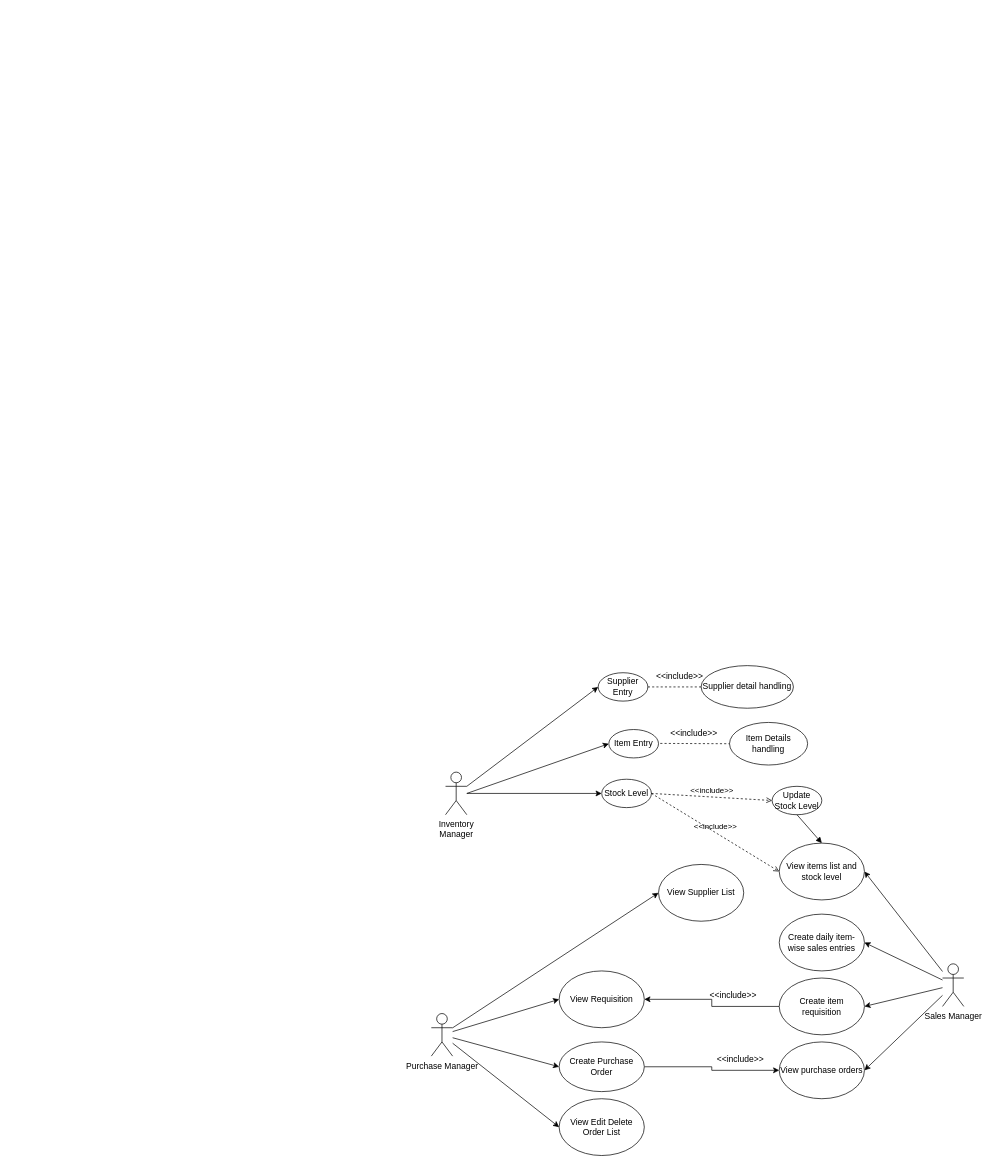
The draw.io diagram UseCase.drawio in WWeWenBininn/WWeWenBininn, before the edit. Source tidied: cells renumbered, new cells numbered last; positions are measured from the earlier drawing's top-left corner, leaving out a move shared by most shapes. Both pictures are drawn from the tidied source at 71%, with x=0, y=0 at pixel (431, 665).
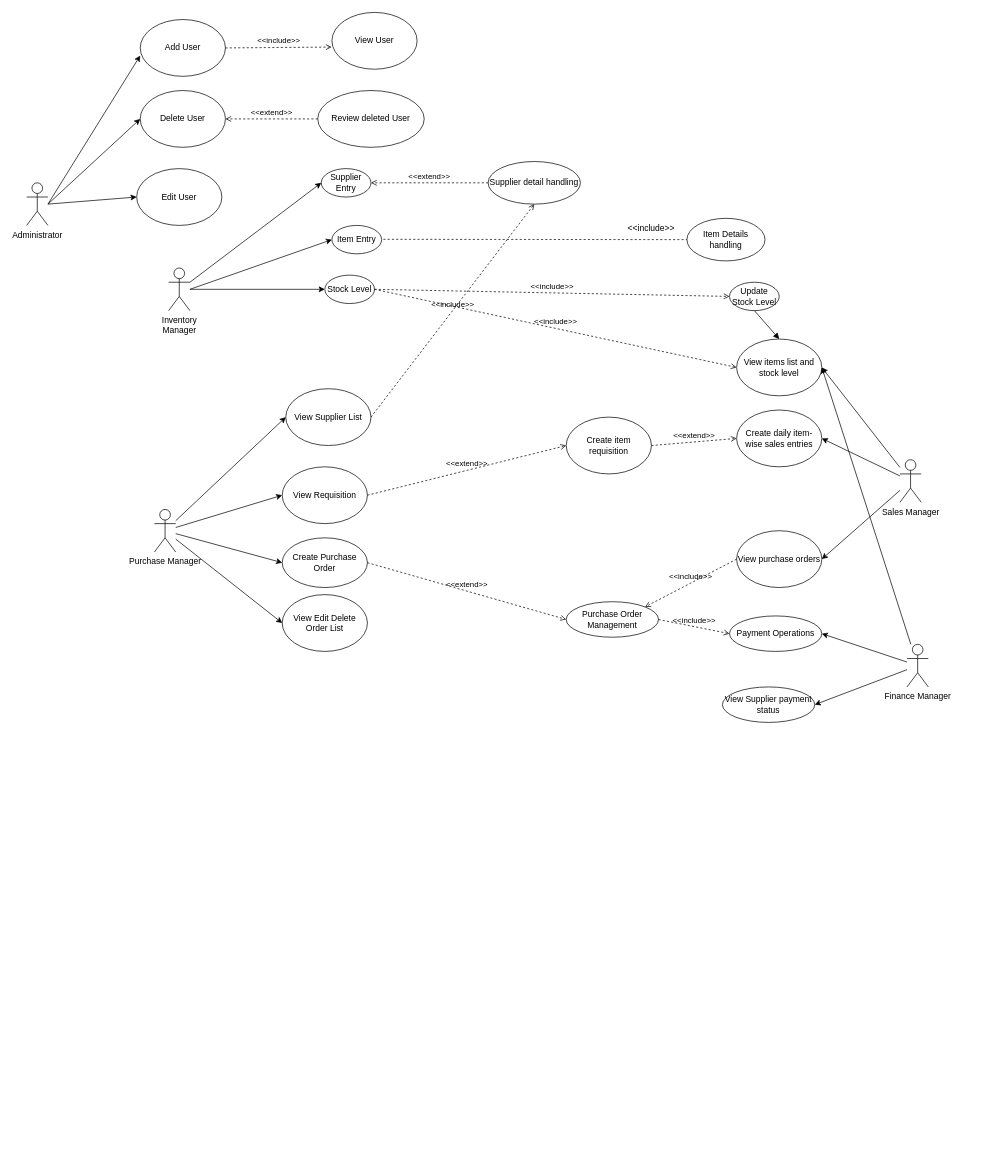
After the change.

What changed in the source:
```diff
@@
     <mxCell id="6" value="Purchase Manager" style="shape=umlActor;verticalLabelPosition=bottom;verticalAlign=top;html=1;outlineConnect=0;" parent="1" vertex="1">
-      <mxGeometry y="490" width="30" height="60" as="geometry" />
+      <mxGeometry x="-390" y="-220" width="30" height="60" as="geometry" />
     </mxCell>
     <mxCell id="7" value="View Supplier List" style="ellipse;whiteSpace=wrap;html=1;" parent="1" vertex="1">
-      <mxGeometry x="320" y="280" width="120" height="80" as="geometry" />
+      <mxGeometry x="-205" y="-390" width="120" height="80" as="geometry" />
     </mxCell>
     <mxCell id="8" value="View Requisition" style="ellipse;whiteSpace=wrap;html=1;" parent="1" vertex="1">
-      <mxGeometry x="180" y="430" width="120" height="80" as="geometry" />
+      <mxGeometry x="-210" y="-280" width="120" height="80" as="geometry" />
     </mxCell>
-    <mxCell id="9" style="edgeStyle=orthogonalEdgeStyle;rounded=0;jettySize=auto;html=1;entryX=0;entryY=0.5;entryDx=0;entryDy=0;" parent="1" edge="1" source="10" target="21">
-      <mxGeometry relative="1" as="geometry" />
-    </mxCell>
     <mxCell id="10" value="Create Purchase Order" style="ellipse;whiteSpace=wrap;html=1;" parent="1" vertex="1">
-      <mxGeometry x="180" y="530" width="120" height="70" as="geometry" />
+      <mxGeometry x="-210" y="-180" width="120" height="70" as="geometry" />
     </mxCell>
     <mxCell id="11" value="View Edit Delete Order List" style="ellipse;whiteSpace=wrap;html=1;" parent="1" vertex="1">
-      <mxGeometry x="180" y="610" width="120" height="80" as="geometry" />
+      <mxGeometry x="-210" y="-100" width="120" height="80" as="geometry" />
     </mxCell>
@@
-    <mxCell id="14" style="rounded=0;jettySize=auto;html=1;entryX=1;entryY=0.5;entryDx=0;entryDy=0;" parent="1" edge="1" source="16" target="20">
-      <mxGeometry relative="1" as="geometry" />
-    </mxCell>
@@
     <mxCell id="16" value="Sales Manager" style="shape=umlActor;verticalLabelPosition=bottom;verticalAlign=top;html=1;outlineConnect=0;" parent="1" vertex="1">
-      <mxGeometry x="720" y="420" width="30" height="60" as="geometry" />
+      <mxGeometry x="660" y="-290" width="30" height="60" as="geometry" />
     </mxCell>
     <mxCell id="17" value="View items list and stock level" style="ellipse;whiteSpace=wrap;html=1;" parent="1" vertex="1">
-      <mxGeometry x="490" y="250" width="120" height="80" as="geometry" />
+      <mxGeometry x="430" y="-460" width="120" height="80" as="geometry" />
     </mxCell>
     <mxCell id="18" value="Create daily item-wise sales entries" style="ellipse;whiteSpace=wrap;html=1;" parent="1" vertex="1">
-      <mxGeometry x="490" y="350" width="120" height="80" as="geometry" />
+      <mxGeometry x="430" y="-360" width="120" height="80" as="geometry" />
     </mxCell>
-    <mxCell id="19" style="edgeStyle=orthogonalEdgeStyle;rounded=0;jettySize=auto;html=1;entryX=1;entryY=0.5;entryDx=0;entryDy=0;" parent="1" edge="1" source="20" target="8">
-      <mxGeometry relative="1" as="geometry" />
-    </mxCell>
     <mxCell id="20" value="Create item requisition" style="ellipse;whiteSpace=wrap;html=1;" parent="1" vertex="1">
-      <mxGeometry x="490" y="440" width="120" height="80" as="geometry" />
+      <mxGeometry x="190" y="-350" width="120" height="80" as="geometry" />
     </mxCell>
     <mxCell id="21" value="View purchase orders" style="ellipse;whiteSpace=wrap;html=1;" parent="1" vertex="1">
-      <mxGeometry x="490" y="530" width="120" height="80" as="geometry" />
+      <mxGeometry x="430" y="-190" width="120" height="80" as="geometry" />
     </mxCell>
-    <mxCell id="22" value="&amp;lt;&amp;lt;include&amp;gt;&amp;gt;" style="text;html=1;align=center;verticalAlign=middle;strokeColor=none;fillColor=none;" parent="1" vertex="1">
-      <mxGeometry x="380" y="450" width="90" height="30" as="geometry" />
-    </mxCell>
-    <mxCell id="23" value="&amp;lt;&amp;lt;include&amp;gt;&amp;gt;" style="text;html=1;align=center;verticalAlign=middle;strokeColor=none;fillColor=none;" parent="1" vertex="1">
-      <mxGeometry x="390" y="540" width="90" height="30" as="geometry" />
-    </mxCell>
     <mxCell id="24" value="Inventory&lt;div&gt;Manager&lt;/div&gt;" style="shape=umlActor;verticalLabelPosition=bottom;verticalAlign=top;html=1;outlineConnect=0;" parent="1" vertex="1">
-      <mxGeometry x="20" y="150" width="30" height="60" as="geometry" />
+      <mxGeometry x="-370" y="-560" width="30" height="60" as="geometry" />
     </mxCell>
     <mxCell id="25" value="Item Entry" style="ellipse;whiteSpace=wrap;html=1;" parent="1" vertex="1">
-      <mxGeometry x="250" y="90" width="70" height="40" as="geometry" />
+      <mxGeometry x="-140" y="-620" width="70" height="40" as="geometry" />
     </mxCell>
     <mxCell id="26" value="Supplier Entry" style="ellipse;whiteSpace=wrap;html=1;" parent="1" vertex="1">
-      <mxGeometry x="235" y="10" width="70" height="40" as="geometry" />
+      <mxGeometry x="-155" y="-700" width="70" height="40" as="geometry" />
     </mxCell>
     <mxCell id="27" value="Stock Level" style="ellipse;whiteSpace=wrap;html=1;" parent="1" vertex="1">
-      <mxGeometry x="240" y="160" width="70" height="40" as="geometry" />
+      <mxGeometry x="-150" y="-550" width="70" height="40" as="geometry" />
     </mxCell>
     <mxCell id="28" value="Item Details handling" style="ellipse;whiteSpace=wrap;html=1;" parent="1" vertex="1">
-      <mxGeometry x="420" y="80" width="110" height="60" as="geometry" />
+      <mxGeometry x="360" y="-630" width="110" height="60" as="geometry" />
     </mxCell>
     <mxCell id="29" value="Supplier detail handling" style="ellipse;whiteSpace=wrap;html=1;" parent="1" vertex="1">
-      <mxGeometry x="380" width="130" height="60" as="geometry" />
+      <mxGeometry x="80" y="-710" width="130" height="60" as="geometry" />
     </mxCell>
     <mxCell id="30" value="Update Stock Level" style="ellipse;whiteSpace=wrap;html=1;" parent="1" vertex="1">
-      <mxGeometry x="480" y="170" width="70" height="40" as="geometry" />
+      <mxGeometry x="420" y="-540" width="70" height="40" as="geometry" />
     </mxCell>
     <mxCell id="31" style="endArrow=classic;html=1;rounded=0;entryX=0;entryY=0.5;entryDx=0;entryDy=0;" parent="1" edge="1" target="25">
       <mxGeometry relative="1" as="geometry">
-        <mxPoint x="50" y="180" as="sourcePoint" />
+        <mxPoint x="-340" y="-530" as="sourcePoint" />
       </mxGeometry>
     </mxCell>
@@
     <mxCell id="35" value="&amp;lt;&amp;lt;include&amp;gt;&amp;gt;" style="text;html=1;align=center;verticalAlign=middle;whiteSpace=wrap;rounded=0;" parent="1" vertex="1">
-      <mxGeometry x="340" y="80" width="60" height="30" as="geometry" />
+      <mxGeometry x="280" y="-630" width="60" height="30" as="geometry" />
     </mxCell>
-    <mxCell id="36" style="endArrow=none;dashed=1;html=1;rounded=0;exitX=1;exitY=0.5;exitDx=0;exitDy=0;entryX=0;entryY=0.5;entryDx=0;entryDy=0;" parent="1" edge="1" source="26" target="29">
-      <mxGeometry relative="1" as="geometry" />
-    </mxCell>
-    <mxCell id="37" value="&amp;lt;&amp;lt;include&amp;gt;&amp;gt;" style="text;html=1;align=center;verticalAlign=middle;whiteSpace=wrap;rounded=0;" parent="1" vertex="1">
-      <mxGeometry x="320" width="60" height="30" as="geometry" />
-    </mxCell>
@@
-    <mxCell id="39" value="&amp;lt;&amp;lt;include&amp;gt;&amp;gt;" style="html=1;verticalAlign=bottom;labelBackgroundColor=none;endArrow=open;endFill=0;dashed=1;rounded=0;entryX=0;entryY=0.5;entryDx=0;entryDy=0;" parent="1" edge="1" target="17">
-      <mxGeometry relative="1" as="geometry">
-        <mxPoint x="310" y="180" as="sourcePoint" />
-      </mxGeometry>
+    <mxCell id="39" value="&amp;lt;&amp;lt;include&amp;gt;&amp;gt;" style="html=1;verticalAlign=bottom;labelBackgroundColor=none;endArrow=open;endFill=0;dashed=1;rounded=0;entryX=0;entryY=0.5;entryDx=0;entryDy=0;exitX=1;exitY=0.5;exitDx=0;exitDy=0;" parent="1" edge="1" source="27" target="17">
+      <mxGeometry relative="1" as="geometry" />
     </mxCell>
     <mxCell id="40" style="html=1;verticalAlign=bottom;labelBackgroundColor=none;endArrow=block;endFill=1;rounded=0;exitX=0.5;exitY=1;exitDx=0;exitDy=0;" parent="1" edge="1" source="30">
       <mxGeometry relative="1" as="geometry">
-        <mxPoint x="550" y="250" as="targetPoint" />
+        <mxPoint x="490" y="-460" as="targetPoint" />
       </mxGeometry>
     </mxCell>
+    <mxCell id="41" value="Payment Operations" style="ellipse;whiteSpace=wrap;html=1;" parent="1" vertex="1">
+      <mxGeometry x="420" y="-70" width="130" height="50" as="geometry" />
+    </mxCell>
+    <mxCell id="42" style="rounded=0;jettySize=auto;html=1;entryX=1;entryY=0.5;entryDx=0;entryDy=0;" parent="1" edge="1" source="45" target="41">
+      <mxGeometry relative="1" as="geometry" />
+    </mxCell>
+    <mxCell id="43" style="rounded=0;jettySize=auto;html=1;entryX=1;entryY=0.5;entryDx=0;entryDy=0;" parent="1" edge="1" source="45" target="17">
+      <mxGeometry relative="1" as="geometry" />
+    </mxCell>
+    <mxCell id="44" style="rounded=0;jettySize=auto;html=1;entryX=1;entryY=0.5;entryDx=0;entryDy=0;" parent="1" edge="1" source="45" target="47">
+      <mxGeometry relative="1" as="geometry" />
+    </mxCell>
+    <mxCell id="45" value="Finance Manager" style="shape=umlActor;verticalLabelPosition=bottom;verticalAlign=top;html=1;outlineConnect=0;" parent="1" vertex="1">
+      <mxGeometry x="670" y="-30" width="30" height="60" as="geometry" />
+    </mxCell>
+    <mxCell id="46" value="Purchase Order Management" style="ellipse;whiteSpace=wrap;html=1;" parent="1" vertex="1">
+      <mxGeometry x="190" y="-90" width="130" height="50" as="geometry" />
+    </mxCell>
+    <mxCell id="47" value="View Supplier payment status" style="ellipse;whiteSpace=wrap;html=1;" parent="1" vertex="1">
+      <mxGeometry x="410" y="30" width="130" height="50" as="geometry" />
+    </mxCell>
+    <mxCell id="48" value="&amp;lt;&amp;lt;extend&amp;gt;&amp;gt;" style="html=1;verticalAlign=bottom;labelBackgroundColor=none;endArrow=open;endFill=0;dashed=1;rounded=0;exitX=1;exitY=0.5;exitDx=0;exitDy=0;entryX=0;entryY=0.5;entryDx=0;entryDy=0;" parent="1" edge="1" source="8" target="20">
+      <mxGeometry relative="1" as="geometry" />
+    </mxCell>
+    <mxCell id="49" value="&amp;lt;&amp;lt;include&amp;gt;&amp;gt;" style="html=1;verticalAlign=bottom;labelBackgroundColor=none;endArrow=open;endFill=0;dashed=1;rounded=0;entryX=0;entryY=0.5;entryDx=0;entryDy=0;exitX=1;exitY=0.5;exitDx=0;exitDy=0;" parent="1" edge="1" source="46" target="41">
+      <mxGeometry relative="1" as="geometry" />
+    </mxCell>
+    <mxCell id="50" value="&amp;lt;&amp;lt;extend&amp;gt;&amp;gt;" style="html=1;verticalAlign=bottom;labelBackgroundColor=none;endArrow=open;endFill=0;dashed=1;rounded=0;exitX=1;exitY=0.5;exitDx=0;exitDy=0;entryX=0;entryY=0.5;entryDx=0;entryDy=0;" parent="1" edge="1" source="10" target="46">
+      <mxGeometry relative="1" as="geometry" />
+    </mxCell>
+    <mxCell id="51" value="&amp;lt;&amp;lt;extend&amp;gt;&amp;gt;" style="html=1;verticalAlign=bottom;labelBackgroundColor=none;endArrow=open;endFill=0;dashed=1;rounded=0;entryX=0;entryY=0.5;entryDx=0;entryDy=0;exitX=1;exitY=0.5;exitDx=0;exitDy=0;" parent="1" edge="1" source="20" target="18">
+      <mxGeometry relative="1" as="geometry" />
+    </mxCell>
+    <mxCell id="52" value="&amp;lt;&amp;lt;include&amp;gt;&amp;gt;" style="html=1;verticalAlign=bottom;labelBackgroundColor=none;endArrow=open;endFill=0;dashed=1;rounded=0;entryX=1;entryY=0;entryDx=0;entryDy=0;exitX=0;exitY=0.5;exitDx=0;exitDy=0;" parent="1" edge="1" source="21" target="46">
+      <mxGeometry relative="1" as="geometry" />
+    </mxCell>
+    <mxCell id="53" value="&amp;lt;&amp;lt;extend&amp;gt;&amp;gt;" style="html=1;verticalAlign=bottom;labelBackgroundColor=none;endArrow=open;endFill=0;dashed=1;rounded=0;exitX=0;exitY=0.5;exitDx=0;exitDy=0;entryX=1;entryY=0.5;entryDx=0;entryDy=0;" parent="1" edge="1" source="29" target="26">
+      <mxGeometry relative="1" as="geometry" />
+    </mxCell>
+    <mxCell id="54" value="&amp;lt;&amp;lt;include&amp;gt;&amp;gt;" style="html=1;verticalAlign=bottom;labelBackgroundColor=none;endArrow=open;endFill=0;dashed=1;rounded=0;exitX=1;exitY=0.5;exitDx=0;exitDy=0;entryX=0.5;entryY=1;entryDx=0;entryDy=0;" parent="1" edge="1" source="7" target="29">
+      <mxGeometry relative="1" as="geometry" />
+    </mxCell>
+    <mxCell id="55" value="Delete User" style="ellipse;whiteSpace=wrap;html=1;" parent="1" vertex="1">
+      <mxGeometry x="-410" y="-810" width="120" height="80" as="geometry" />
+    </mxCell>
+    <mxCell id="56" value="Add User" style="ellipse;whiteSpace=wrap;html=1;" parent="1" vertex="1">
+      <mxGeometry x="-410" y="-910" width="120" height="80" as="geometry" />
+    </mxCell>
+    <mxCell id="57" value="Edit User" style="ellipse;whiteSpace=wrap;html=1;" parent="1" vertex="1">
+      <mxGeometry x="-415" y="-700" width="120" height="80" as="geometry" />
+    </mxCell>
+    <mxCell id="58" value="View User" style="ellipse;whiteSpace=wrap;html=1;" parent="1" vertex="1">
+      <mxGeometry x="-140" y="-920" width="120" height="80" as="geometry" />
+    </mxCell>
+    <mxCell id="59" value="Review deleted User" style="ellipse;whiteSpace=wrap;html=1;" parent="1" vertex="1">
+      <mxGeometry x="-160" y="-810" width="150" height="80" as="geometry" />
+    </mxCell>
+    <mxCell id="60" style="endArrow=classic;html=1;rounded=0;entryX=0;entryY=0.635;entryDx=0;entryDy=0;entryPerimeter=0;" parent="1" edge="1" target="56">
+      <mxGeometry relative="1" as="geometry">
+        <mxPoint x="-540" y="-650" as="sourcePoint" />
+      </mxGeometry>
+    </mxCell>
+    <mxCell id="61" style="endArrow=classic;html=1;rounded=0;entryX=0;entryY=0.5;entryDx=0;entryDy=0;" parent="1" edge="1" target="55">
+      <mxGeometry relative="1" as="geometry">
+        <mxPoint x="-540" y="-650" as="sourcePoint" />
+      </mxGeometry>
+    </mxCell>
+    <mxCell id="62" style="endArrow=classic;html=1;rounded=0;entryX=0;entryY=0.5;entryDx=0;entryDy=0;" parent="1" edge="1" target="57">
+      <mxGeometry relative="1" as="geometry">
+        <mxPoint x="-540" y="-650" as="sourcePoint" />
+      </mxGeometry>
+    </mxCell>
+    <mxCell id="63" value="Administrator" style="shape=umlActor;verticalLabelPosition=bottom;verticalAlign=top;html=1;" parent="1" vertex="1">
+      <mxGeometry x="-570" y="-680" width="30" height="60" as="geometry" />
+    </mxCell>
+    <mxCell id="64" value="&amp;lt;&amp;lt;include&amp;gt;&amp;gt;" style="html=1;verticalAlign=bottom;labelBackgroundColor=none;endArrow=open;endFill=0;dashed=1;rounded=0;exitX=1;exitY=0.5;exitDx=0;exitDy=0;entryX=-0.003;entryY=0.61;entryDx=0;entryDy=0;entryPerimeter=0;" parent="1" edge="1" source="56" target="58">
+      <mxGeometry relative="1" as="geometry" />
+    </mxCell>
+    <mxCell id="65" value="&amp;lt;&amp;lt;extend&amp;gt;&amp;gt;" style="html=1;verticalAlign=bottom;labelBackgroundColor=none;endArrow=open;endFill=0;dashed=1;rounded=0;entryX=1;entryY=0.5;entryDx=0;entryDy=0;exitX=0;exitY=0.5;exitDx=0;exitDy=0;" parent="1" edge="1" source="59" target="55">
+      <mxGeometry relative="1" as="geometry" />
+    </mxCell>
```
